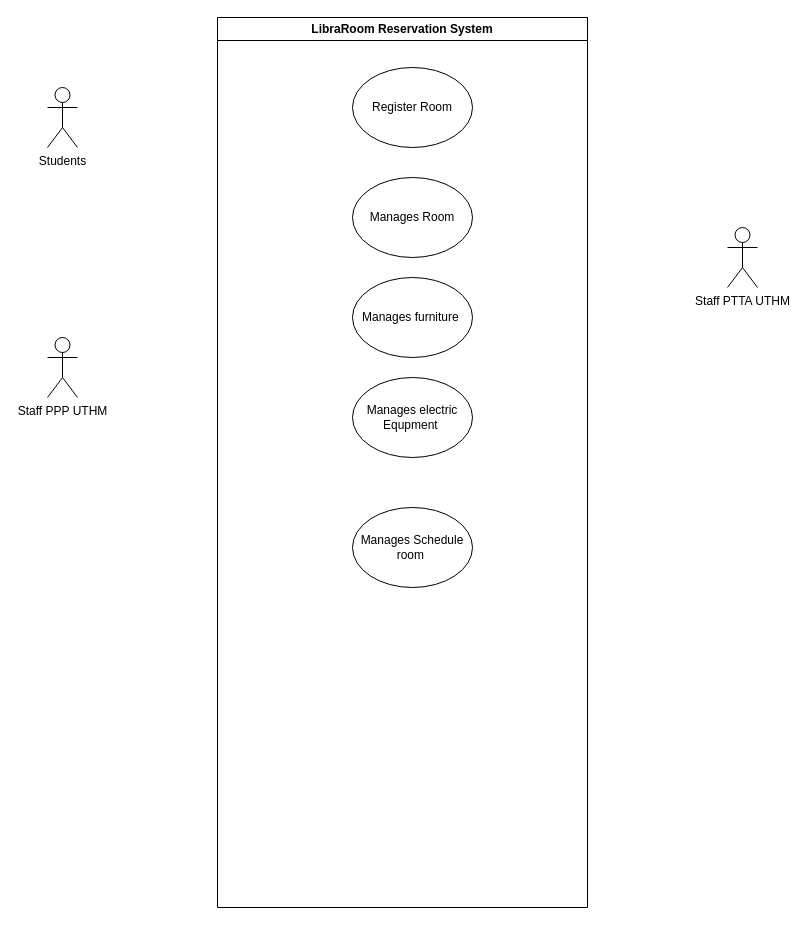
The draw.io diagram re.drawio in SNFASA/Hikmah-and-Ekplorasi-Room-Reservation-System, before the edit. Source tidied: cells renumbered, new cells numbered last; positions are measured from the earlier drawing's top-left corner, leaving out a move shared by most shapes. Both pictures are drawn from the tidied source at 100%, with x=0, y=0 at pixel (47, 17).
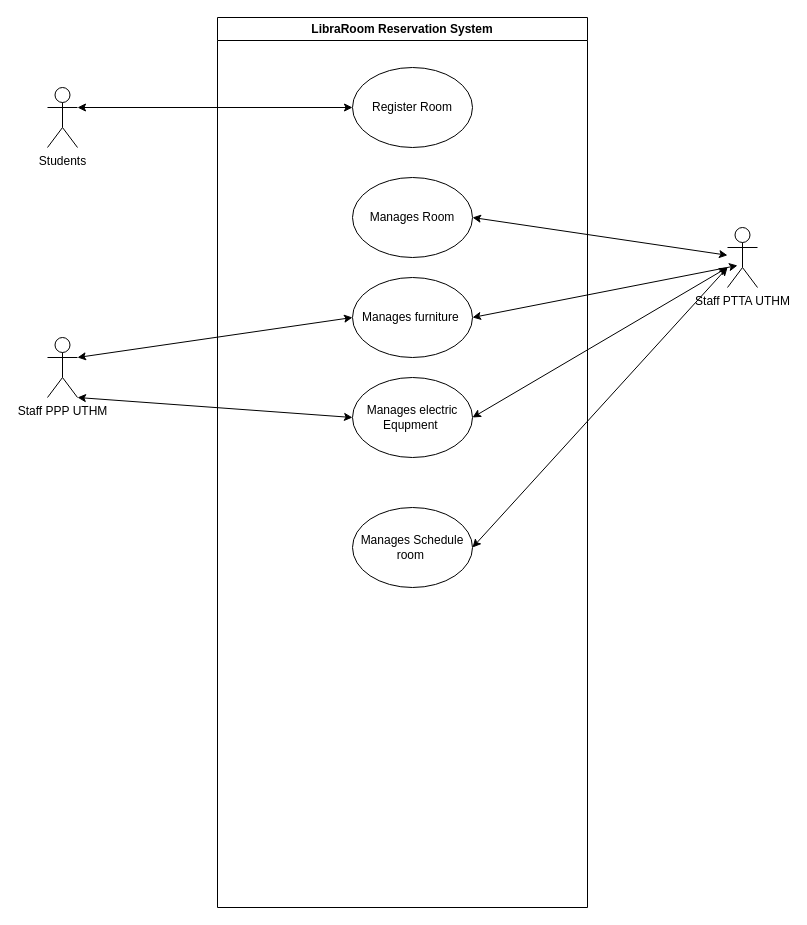
The same page after the edit.

Unchanged cells that the change refers to:
```xml
<mxCell id="2" value="LibraRoom Reservation System" style="swimlane;whiteSpace=wrap;html=1;" parent="1" vertex="1">
  <mxGeometry x="170" width="370" height="890" as="geometry" />
</mxCell>
<mxCell id="3" value="Register Room" style="ellipse;whiteSpace=wrap;html=1;" parent="2" vertex="1">
  <mxGeometry x="135" y="50" width="120" height="80" as="geometry" />
</mxCell>
<mxCell id="5" value="Manages furniture&amp;nbsp;" style="ellipse;whiteSpace=wrap;html=1;" parent="2" vertex="1">
  <mxGeometry x="135" y="260" width="120" height="80" as="geometry" />
</mxCell>
<mxCell id="6" value="Manages electric Equpment&amp;nbsp;" style="ellipse;whiteSpace=wrap;html=1;" parent="2" vertex="1">
  <mxGeometry x="135" y="360" width="120" height="80" as="geometry" />
</mxCell>
<mxCell id="7" value="Manages Schedule&lt;div&gt;room&amp;nbsp;&lt;/div&gt;" style="ellipse;whiteSpace=wrap;html=1;" parent="2" vertex="1">
  <mxGeometry x="135" y="490" width="120" height="80" as="geometry" />
</mxCell>
<mxCell id="9" value="Staff PPP UTHM" style="shape=umlActor;verticalLabelPosition=bottom;verticalAlign=top;html=1;outlineConnect=0;" parent="1" vertex="1">
  <mxGeometry y="320" width="30" height="60" as="geometry" />
</mxCell>
<mxCell id="10" value="Staff PTTA UTHM" style="shape=umlActor;verticalLabelPosition=bottom;verticalAlign=top;html=1;outlineConnect=0;" parent="1" vertex="1">
  <mxGeometry x="680" y="210" width="30" height="60" as="geometry" />
</mxCell>
```

Change to the diagram source:
```diff
@@
+    <mxCell id="11" style="endArrow=classic;startArrow=classic;html=1;rounded=0;exitX=1;exitY=1;exitDx=0;exitDy=0;exitPerimeter=0;" parent="2" edge="1" target="10">
+      <mxGeometry relative="1" as="geometry">
+        <mxPoint x="255" y="200" as="sourcePoint" />
+      </mxGeometry>
+    </mxCell>
@@
+    <mxCell id="12" style="endArrow=classic;startArrow=classic;html=1;rounded=0;entryX=0;entryY=0.5;entryDx=0;entryDy=0;" parent="1" edge="1" target="3">
+      <mxGeometry relative="1" as="geometry">
+        <mxPoint x="30" y="90" as="sourcePoint" />
+      </mxGeometry>
+    </mxCell>
+    <mxCell id="13" style="endArrow=classic;startArrow=classic;html=1;rounded=0;entryX=0;entryY=0.5;entryDx=0;entryDy=0;exitX=1;exitY=0.3333333333333333;exitDx=0;exitDy=0;exitPerimeter=0;" parent="1" edge="1" source="9" target="5">
+      <mxGeometry relative="1" as="geometry" />
+    </mxCell>
+    <mxCell id="14" style="endArrow=classic;startArrow=classic;html=1;rounded=0;entryX=0;entryY=0.5;entryDx=0;entryDy=0;exitX=1;exitY=1;exitDx=0;exitDy=0;exitPerimeter=0;" parent="1" edge="1" source="9" target="6">
+      <mxGeometry relative="1" as="geometry" />
+    </mxCell>
+    <mxCell id="15" style="endArrow=classic;startArrow=classic;html=1;rounded=0;exitX=1;exitY=0.5;exitDx=0;exitDy=0;" parent="1" edge="1" source="5">
+      <mxGeometry relative="1" as="geometry">
+        <mxPoint x="690" y="248" as="targetPoint" />
+      </mxGeometry>
+    </mxCell>
+    <mxCell id="16" style="endArrow=classic;startArrow=classic;html=1;rounded=0;exitX=1;exitY=0.5;exitDx=0;exitDy=0;" parent="1" edge="1" source="6">
+      <mxGeometry relative="1" as="geometry">
+        <mxPoint x="680" y="250" as="targetPoint" />
+      </mxGeometry>
+    </mxCell>
+    <mxCell id="17" style="endArrow=classic;startArrow=classic;html=1;rounded=0;exitX=1;exitY=0.5;exitDx=0;exitDy=0;" parent="1" edge="1" source="7">
+      <mxGeometry relative="1" as="geometry">
+        <mxPoint x="680" y="250" as="targetPoint" />
+      </mxGeometry>
+    </mxCell>
```
